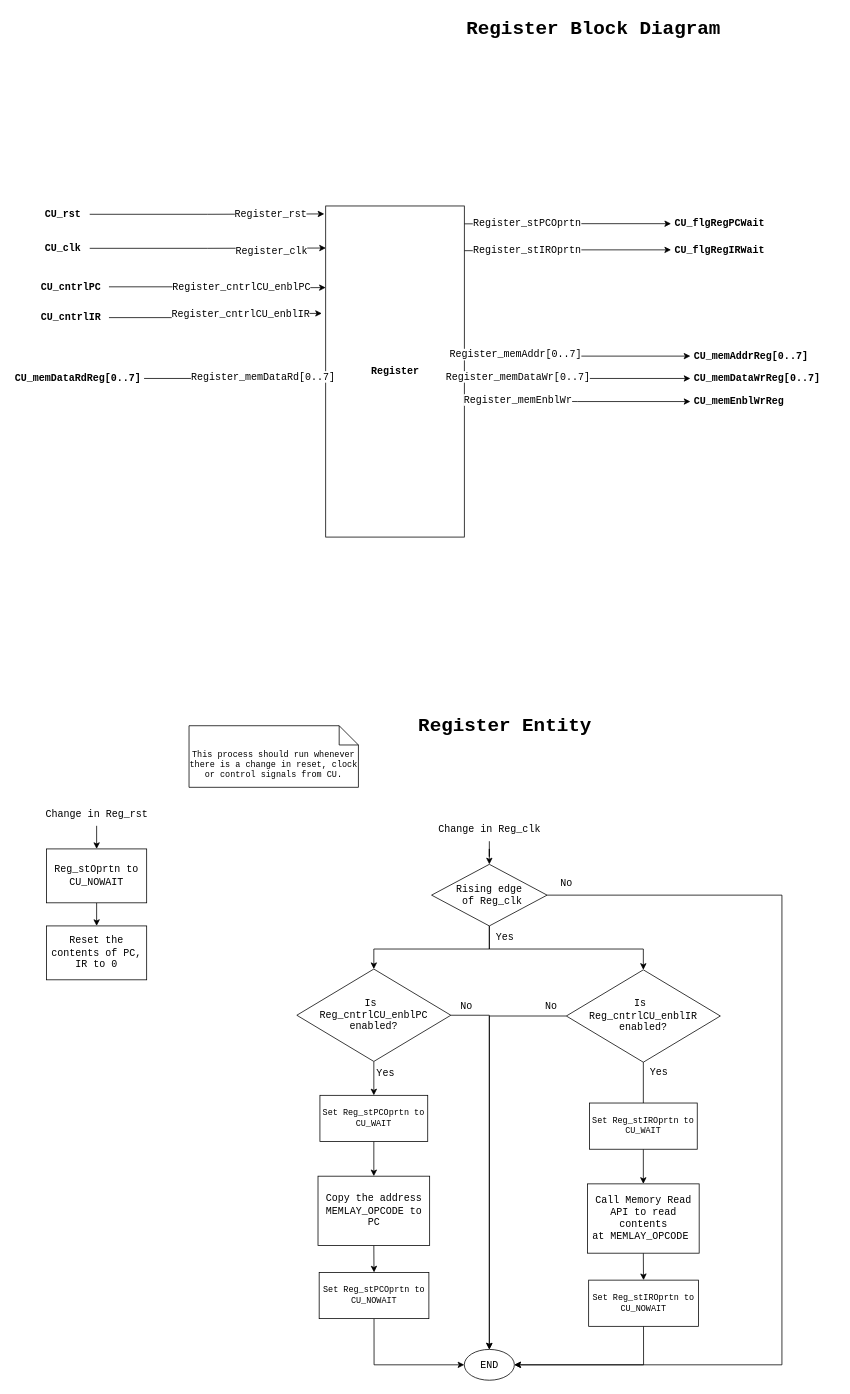
Before: page "Register_BD" (8 of 9) of 04_ControlUnit_v1/CPU_Design.drawio in Vichu95/Basic_CPU_FPGA, a draw.io diagram. Source tidied: cells renumbered, new cells numbered last; positions are measured from the earlier drawing's top-left corner, leaving out a move shared by most shapes. Both pictures are drawn from the tidied source at 77%, with x=0, y=0 at pixel (13, 13).
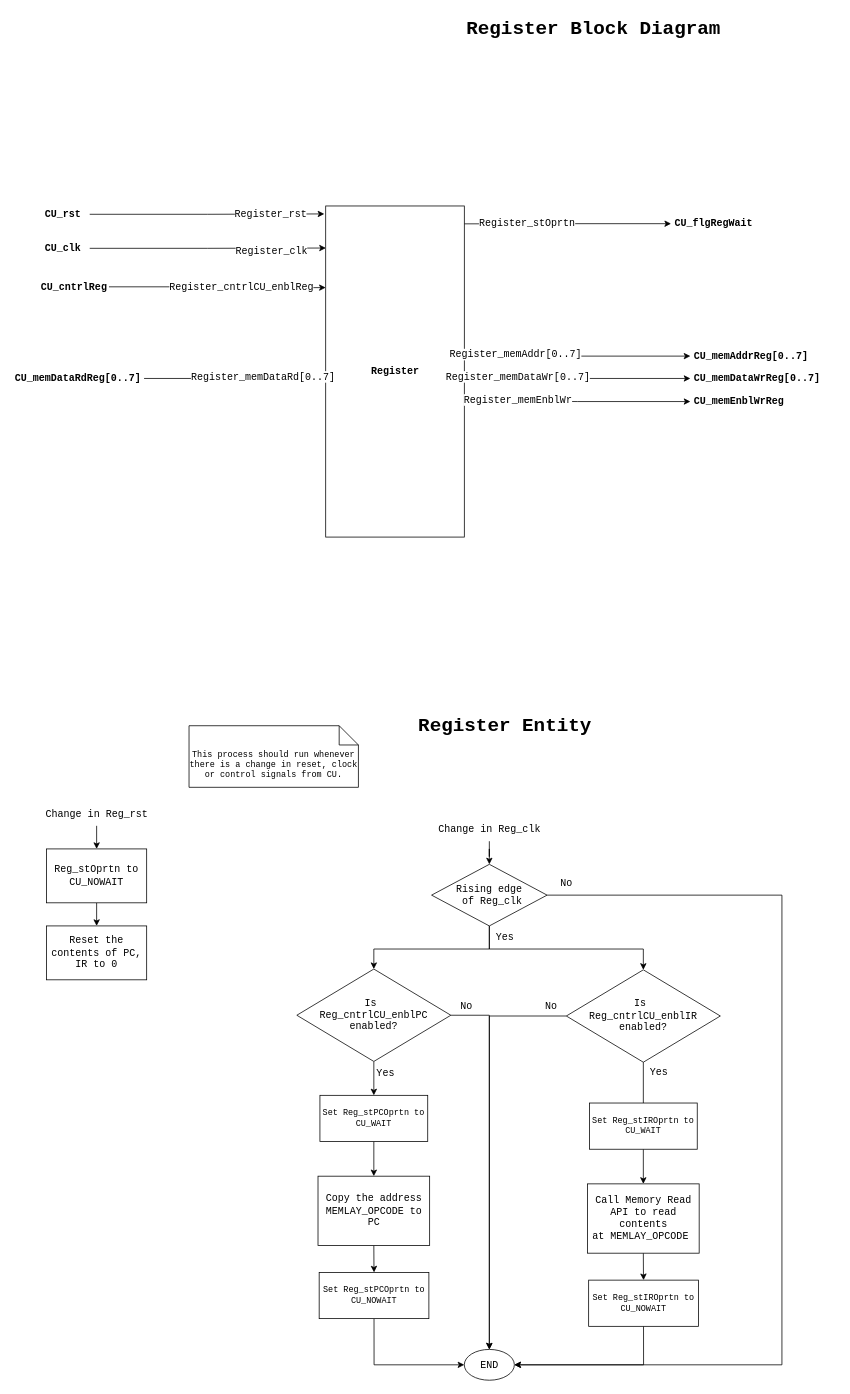
The same page after the edit.

The change refers to these unchanged cells:
```xml
<mxCell id="2" value="&lt;b&gt;&lt;font style=&quot;font-size: 13px;&quot;&gt;Register&lt;/font&gt;&lt;/b&gt;" style="rounded=0;whiteSpace=wrap;html=1;fontFamily=Courier New;fontSize=11;" parent="1" vertex="1">
  <mxGeometry x="405.5" y="250" width="180" height="430" as="geometry" />
</mxCell>
<mxCell id="10" style="edgeStyle=orthogonalEdgeStyle;rounded=0;jettySize=auto;html=1;entryX=0.028;entryY=0.672;entryDx=0;entryDy=0;entryPerimeter=0;fontFamily=Courier New;fontSize=13;fontColor=#000000;startArrow=none;startFill=0;endArrow=classic;endFill=1;" parent="1" edge="1" source="12">
  <mxGeometry relative="1" as="geometry">
    <mxPoint x="405.5" y="356" as="targetPoint" />
  </mxGeometry>
</mxCell>
<mxCell id="16" style="edgeStyle=orthogonalEdgeStyle;rounded=0;jettySize=auto;html=1;entryX=1.001;entryY=0.054;entryDx=0;entryDy=0;entryPerimeter=0;fontFamily=Courier New;fontSize=13;fontColor=#000000;startArrow=classic;startFill=1;endArrow=none;endFill=0;" parent="1" edge="1" source="18" target="2">
  <mxGeometry relative="1" as="geometry" />
</mxCell>
```

What changed in the source:
```diff
@@
-    <mxCell id="11" value="Register_cntrlCU_enblPC" style="edgeLabel;html=1;align=center;verticalAlign=middle;fontSize=13;fontFamily=Courier New;fontColor=#000000;" parent="10" vertex="1">
+    <mxCell id="11" value="Register_cntrlCU_enblReg" style="edgeLabel;html=1;align=center;verticalAlign=middle;fontSize=13;fontFamily=Courier New;fontColor=#000000;" parent="10" vertex="1">
       <mxGeometry x="0.46" y="2" relative="1" as="geometry">
         <mxPoint x="-34" as="offset" />
       </mxGeometry>
     </mxCell>
-    <mxCell id="12" value="CU_cntrlPC" style="text;html=1;align=left;verticalAlign=middle;points=[];strokeColor=none;fillColor=none;fontStyle=1;labelBackgroundColor=none;fontColor=#000000;fontSize=13;fontFamily=Courier New;spacing=2;spacingRight=-13;" parent="1" vertex="1">
+    <mxCell id="12" value="CU_cntrlReg" style="text;html=1;align=left;verticalAlign=middle;points=[];strokeColor=none;fillColor=none;fontStyle=1;labelBackgroundColor=none;fontColor=#000000;fontSize=13;fontFamily=Courier New;spacing=2;spacingRight=-13;" parent="1" vertex="1">
       <mxGeometry x="34" y="340" width="90" height="30" as="geometry" />
     </mxCell>
-    <mxCell id="13" style="edgeStyle=orthogonalEdgeStyle;rounded=0;jettySize=auto;html=1;entryX=0;entryY=0.75;entryDx=0;entryDy=0;fontFamily=Courier New;fontSize=13;fontColor=#000000;startArrow=none;startFill=0;endArrow=classic;endFill=1;" parent="1" edge="1" source="15">
-      <mxGeometry relative="1" as="geometry">
-        <mxPoint x="400.5" y="389.5" as="targetPoint" />
-      </mxGeometry>
-    </mxCell>
-    <mxCell id="14" value="Register_cntrlCU_enblIR" style="edgeLabel;html=1;align=center;verticalAlign=middle;fontSize=13;fontFamily=Courier New;fontColor=#000000;" parent="13" vertex="1">
-      <mxGeometry x="0.56" y="-1" relative="1" as="geometry">
-        <mxPoint x="-45" as="offset" />
-      </mxGeometry>
-    </mxCell>
-    <mxCell id="15" value="CU_cntrlIR" style="text;html=1;align=left;verticalAlign=middle;points=[];strokeColor=none;fillColor=none;fontStyle=1;labelBackgroundColor=none;fontColor=#000000;fontSize=13;fontFamily=Courier New;spacing=2;spacingRight=-13;" parent="1" vertex="1">
-      <mxGeometry x="34" y="380" width="90" height="30" as="geometry" />
-    </mxCell>
@@
-    <mxCell id="17" value="Register_stPCOprtn" style="edgeLabel;html=1;align=center;verticalAlign=middle;fontSize=13;fontFamily=Courier New;fontColor=#000000;" parent="16" vertex="1">
+    <mxCell id="17" value="Register_stOprtn" style="edgeLabel;html=1;align=center;verticalAlign=middle;fontSize=13;fontFamily=Courier New;fontColor=#000000;" parent="16" vertex="1">
       <mxGeometry x="0.76" y="-2" relative="1" as="geometry">
         <mxPoint x="48" as="offset" />
       </mxGeometry>
     </mxCell>
-    <mxCell id="18" value="CU_flgRegPCWait" style="text;html=1;align=left;verticalAlign=middle;points=[];strokeColor=none;fillColor=none;fontStyle=1;labelBackgroundColor=none;fontColor=#000000;fontSize=13;fontFamily=Courier New;spacingLeft=3;" parent="1" vertex="1">
-      <mxGeometry x="854" y="258" width="140" height="30" as="geometry" />
+    <mxCell id="18" value="CU_flgRegWait" style="text;html=1;align=left;verticalAlign=middle;points=[];strokeColor=none;fillColor=none;fontStyle=1;labelBackgroundColor=none;fontColor=#000000;fontSize=13;fontFamily=Courier New;spacingLeft=3;" parent="1" vertex="1">
+      <mxGeometry x="854" y="258" width="130" height="30" as="geometry" />
     </mxCell>
-    <mxCell id="19" style="edgeStyle=orthogonalEdgeStyle;rounded=0;jettySize=auto;html=1;entryX=1.001;entryY=0.135;entryDx=0;entryDy=0;entryPerimeter=0;fontFamily=Courier New;fontSize=13;fontColor=#000000;startArrow=classic;startFill=1;endArrow=none;endFill=0;" parent="1" edge="1" source="21" target="2">
-      <mxGeometry relative="1" as="geometry" />
-    </mxCell>
-    <mxCell id="20" value="Register_stIROprtn" style="edgeLabel;html=1;align=center;verticalAlign=middle;fontSize=13;fontFamily=Courier New;fontColor=#000000;" parent="19" vertex="1">
-      <mxGeometry x="0.61" y="-1" relative="1" as="geometry">
-        <mxPoint x="28" as="offset" />
-      </mxGeometry>
-    </mxCell>
-    <mxCell id="21" value="CU_flgRegIRWait" style="text;html=1;align=left;verticalAlign=middle;points=[];strokeColor=none;fillColor=none;fontStyle=1;labelBackgroundColor=none;fontColor=#000000;fontSize=13;fontFamily=Courier New;spacingLeft=3;" parent="1" vertex="1">
-      <mxGeometry x="854" y="292" width="140" height="30" as="geometry" />
-    </mxCell>
```
